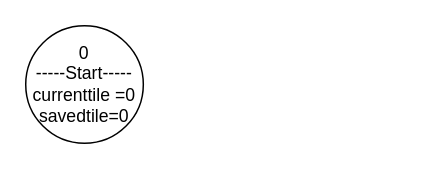
This is SurgaKulinerfsm.drawio from Trelel129/asset, a draw.io file, before an edit. Source tidied: cells renumbered, new cells numbered last; positions are measured from the earlier drawing's top-left corner, leaving out a move shared by most shapes. Both pictures are drawn from the tidied source at 147%, with x=0, y=0 at pixel (25, 25).
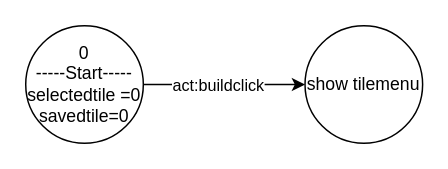
The same diagram, later.

Diff of the diagram source:
```diff
@@
 <mxGraphModel>
   <root>
     <mxCell id="0" />
     <mxCell id="1" parent="0" />
+    <mxCell id="3" style="edgeStyle=orthogonalEdgeStyle;rounded=0;jettySize=auto;html=1;entryX=0;entryY=0.5;entryDx=0;entryDy=0;" parent="1" edge="1" source="2" target="5">
+      <mxGeometry relative="1" as="geometry" />
+    </mxCell>
+    <mxCell id="4" value="act:buildclick" style="edgeLabel;html=1;align=center;verticalAlign=middle;" parent="3" vertex="1">
+      <mxGeometry x="-0.27" relative="1" as="geometry">
+        <mxPoint x="10" as="offset" />
+      </mxGeometry>
+    </mxCell>
-    <mxCell id="2" value="&lt;div&gt;0&lt;/div&gt;-----Start-----&lt;div&gt;currenttile =0&lt;/div&gt;&lt;div&gt;savedtile=0&lt;/div&gt;" style="ellipse;whiteSpace=wrap;html=1;" parent="1" vertex="1">
+    <mxCell id="2" value="&lt;div&gt;0&lt;/div&gt;-----Start-----&lt;div&gt;selectedtile =0&lt;/div&gt;&lt;div&gt;savedtile=0&lt;/div&gt;" style="ellipse;whiteSpace=wrap;html=1;" parent="1" vertex="1">
       <mxGeometry width="80" height="80" as="geometry" />
     </mxCell>
+    <mxCell id="5" value="show tilemenu" style="ellipse;whiteSpace=wrap;html=1;" parent="1" vertex="1">
+      <mxGeometry x="190" width="80" height="80" as="geometry" />
+    </mxCell>
   </root>
 </mxGraphModel>
```
